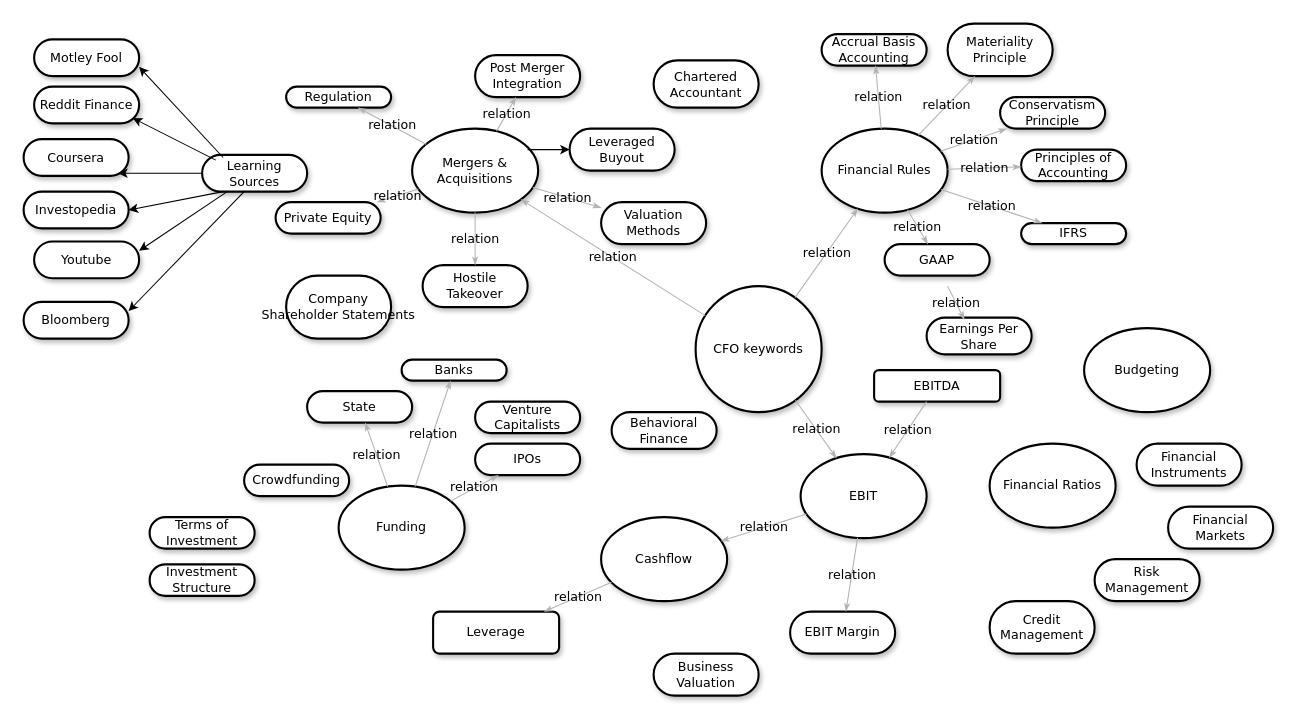
Earlier version of the draw.io diagram Untitled Diagram.drawio (solomonsunder/mindmap). Source tidied: cells renumbered, new cells numbered last; positions are measured from the earlier drawing's top-left corner, leaving out a move shared by most shapes. Both pictures are drawn from the tidied source at 105%, with x=0, y=0 at pixel (23, 23).
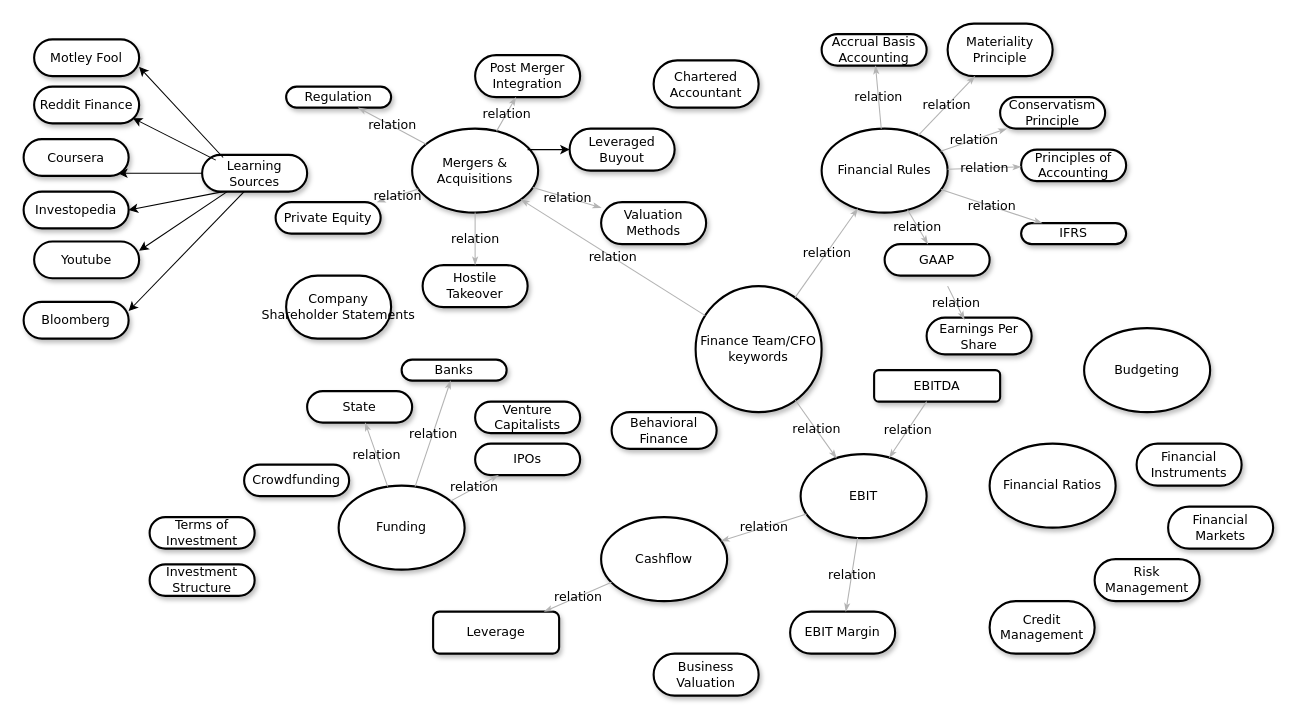
Above is the later version.

The edit, as a diff of the source:
```diff
@@
-    <mxCell id="5" value="CFO keywords" style="ellipse;whiteSpace=wrap;html=1;rounded=1;shadow=1;comic=0;labelBackgroundColor=none;strokeWidth=2;fontFamily=Verdana;fontSize=12;align=center;" parent="1" vertex="1">
+    <mxCell id="5" value="Finance Team/CFO keywords" style="ellipse;whiteSpace=wrap;html=1;rounded=1;shadow=1;comic=0;labelBackgroundColor=none;strokeWidth=2;fontFamily=Verdana;fontSize=12;align=center;" parent="1" vertex="1">
       <mxGeometry x="640" y="250" width="120" height="120" as="geometry" />
     </mxCell>
```
